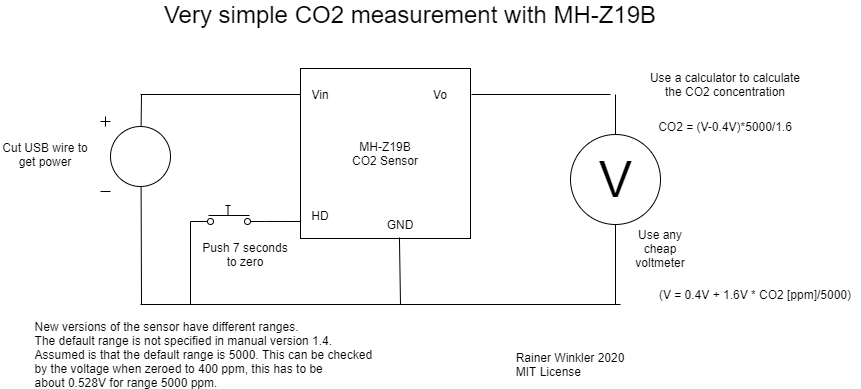
Before: VerySimpleCO2Measurement.png, a diagram exported from draw.io (RainerWinkler/CO2-Measurement-simple). Source tidied: cells renumbered, new cells last; positions are measured from the earlier drawing's top-left corner, leaving out a move shared by most shapes.
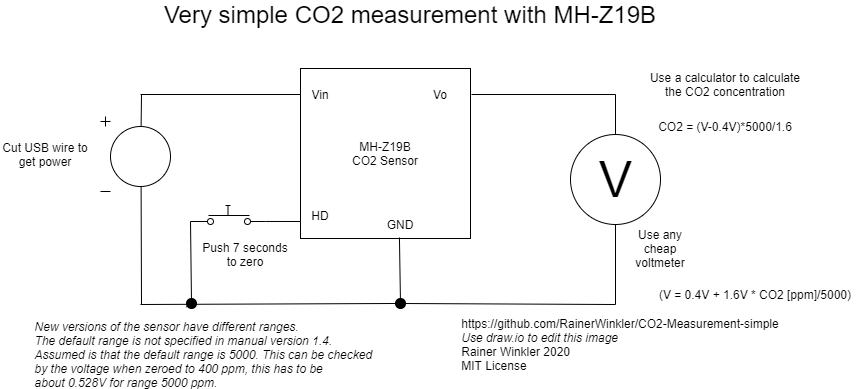
Above is the later version.

Commit message:
Add link to repository and explanation how to edit diagram

The edit, as a diff of the source:
```diff
@@ -11,68 +11,59 @@
     <mxCell id="4" value="MH-Z19B&lt;br&gt;CO2 Sensor" style="whiteSpace=wrap;html=1;" parent="1" vertex="1">
       <mxGeometry x="300" y="64" width="170" height="170" as="geometry" />
     </mxCell>
-    <mxCell id="5" style="endArrow=none;html=1;entryX=0.582;entryY=0.994;entryDx=0;entryDy=0;entryPerimeter=0;" parent="1" edge="1" target="4">
-      <mxGeometry relative="1" as="geometry">
-        <mxPoint x="400" y="300" as="sourcePoint" />
-      </mxGeometry>
-    </mxCell>
+    <mxCell id="30" style="endArrow=none;html=1;entryX=0.582;entryY=0.994;entryDx=0;entryDy=0;entryPerimeter=0;" parent="1" edge="1" target="4">
+      <mxGeometry relative="1" as="geometry">
+        <mxPoint x="400" y="300" as="sourcePoint" />
+      </mxGeometry>
+    </mxCell>
     <mxCell id="6" value="GND" style="text;html=1;strokeColor=none;fillColor=none;align=center;verticalAlign=middle;whiteSpace=wrap;rounded=0;" parent="1" vertex="1">
       <mxGeometry x="380" y="210" width="40" height="20" as="geometry" />
     </mxCell>
     <mxCell id="7" value="Vin" style="text;html=1;strokeColor=none;fillColor=none;align=center;verticalAlign=middle;whiteSpace=wrap;rounded=0;" parent="1" vertex="1">
       <mxGeometry x="300" y="80" width="40" height="20" as="geometry" />
     </mxCell>
-    <mxCell id="8" style="endArrow=none;html=1;entryX=0;entryY=0.5;entryDx=0;entryDy=0;" parent="1" edge="1" target="7">
-      <mxGeometry relative="1" as="geometry">
-        <mxPoint x="140" y="90" as="sourcePoint" />
-      </mxGeometry>
-    </mxCell>
-    <mxCell id="9" style="endArrow=none;html=1;" parent="1" edge="1">
-      <mxGeometry relative="1" as="geometry">
-        <mxPoint x="471" y="90" as="sourcePoint" />
-        <mxPoint x="610" y="90" as="targetPoint" />
-      </mxGeometry>
-    </mxCell>
+    <mxCell id="31" style="endArrow=none;html=1;entryX=0;entryY=0.5;entryDx=0;entryDy=0;" parent="1" edge="1" target="7">
+      <mxGeometry relative="1" as="geometry">
+        <mxPoint x="140" y="90" as="sourcePoint" />
+      </mxGeometry>
+    </mxCell>
+    <mxCell id="32" style="endArrow=none;html=1;entryX=0.5;entryY=0;entryDx=0;entryDy=0;rounded=0;" parent="1" edge="1" target="2">
+      <mxGeometry relative="1" as="geometry">
+        <mxPoint x="471" y="90" as="sourcePoint" />
+        <Array as="points">
+          <mxPoint x="615" y="90" />
+        </Array>
+      </mxGeometry>
+    </mxCell>
     <mxCell id="10" value="Vo" style="text;html=1;strokeColor=none;fillColor=none;align=center;verticalAlign=middle;whiteSpace=wrap;rounded=0;" parent="1" vertex="1">
       <mxGeometry x="420" y="80" width="40" height="20" as="geometry" />
     </mxCell>
-    <mxCell id="11" style="endArrow=none;html=1;exitX=0.5;exitY=0;exitDx=0;exitDy=0;" parent="1" edge="1" source="2">
-      <mxGeometry relative="1" as="geometry">
-        <mxPoint x="615" y="90" as="targetPoint" />
-      </mxGeometry>
-    </mxCell>
-    <mxCell id="12" style="endArrow=none;html=1;entryX=0.5;entryY=1;entryDx=0;entryDy=0;" parent="1" edge="1" target="2">
-      <mxGeometry relative="1" as="geometry">
-        <mxPoint x="615" y="300" as="sourcePoint" />
-      </mxGeometry>
-    </mxCell>
-    <mxCell id="13" style="endArrow=none;html=1;entryX=0.58;entryY=0.935;entryDx=0;entryDy=0;entryPerimeter=0;" parent="1" edge="1" target="3">
-      <mxGeometry relative="1" as="geometry">
-        <mxPoint x="141" y="300" as="sourcePoint" />
-      </mxGeometry>
-    </mxCell>
-    <mxCell id="14" style="endArrow=none;html=1;" parent="1" edge="1">
-      <mxGeometry relative="1" as="geometry">
-        <mxPoint x="140" y="300" as="sourcePoint" />
-        <mxPoint x="620" y="300" as="targetPoint" />
-      </mxGeometry>
-    </mxCell>
+    <mxCell id="33" style="endArrow=none;html=1;entryX=0.58;entryY=0.935;entryDx=0;entryDy=0;entryPerimeter=0;" parent="1" edge="1" target="3">
+      <mxGeometry relative="1" as="geometry">
+        <mxPoint x="141" y="300" as="sourcePoint" />
+      </mxGeometry>
+    </mxCell>
+    <mxCell id="34" style="endArrow=none;html=1;entryX=0.5;entryY=1;entryDx=0;entryDy=0;rounded=0;" parent="1" edge="1" source="38" target="2">
+      <mxGeometry relative="1" as="geometry">
+        <Array as="points">
+          <mxPoint x="615" y="300" />
+        </Array>
+      </mxGeometry>
+    </mxCell>
     <mxCell id="15" style="verticalLabelPosition=bottom;shadow=0;dashed=0;align=center;html=1;verticalAlign=top;shape=mxgraph.electrical.electro-mechanical.push_switch_no;" parent="1" vertex="1">
       <mxGeometry x="190" y="201" width="75" height="19" as="geometry" />
     </mxCell>
     <mxCell id="16" style="endArrow=none;html=1;exitX=1;exitY=0.84;exitDx=0;exitDy=0;exitPerimeter=0;entryX=0;entryY=0.9;entryDx=0;entryDy=0;entryPerimeter=0;" parent="1" edge="1" source="15" target="4">
       <mxGeometry relative="1" as="geometry" />
     </mxCell>
-    <mxCell id="17" style="endArrow=none;html=1;entryX=0;entryY=0.84;entryDx=0;entryDy=0;entryPerimeter=0;" parent="1" edge="1" target="15">
-      <mxGeometry relative="1" as="geometry">
-        <mxPoint x="190" y="300" as="sourcePoint" />
-      </mxGeometry>
-    </mxCell>
-    <mxCell id="18" style="endArrow=none;html=1;exitX=0.58;exitY=0.135;exitDx=0;exitDy=0;exitPerimeter=0;" parent="1" edge="1" source="3">
-      <mxGeometry relative="1" as="geometry">
-        <mxPoint x="141" y="90" as="targetPoint" />
-      </mxGeometry>
-    </mxCell>
+    <mxCell id="35" style="endArrow=none;html=1;entryX=0;entryY=0.84;entryDx=0;entryDy=0;entryPerimeter=0;" parent="1" edge="1" source="40" target="15">
+      <mxGeometry relative="1" as="geometry" />
+    </mxCell>
+    <mxCell id="36" style="endArrow=none;html=1;exitX=0.58;exitY=0.135;exitDx=0;exitDy=0;exitPerimeter=0;" parent="1" edge="1" source="3">
+      <mxGeometry relative="1" as="geometry">
+        <mxPoint x="141" y="90" as="targetPoint" />
+      </mxGeometry>
+    </mxCell>
     <mxCell id="19" value="HD" style="text;html=1;strokeColor=none;fillColor=none;align=center;verticalAlign=middle;whiteSpace=wrap;rounded=0;" parent="1" vertex="1">
       <mxGeometry x="300" y="201" width="40" height="20" as="geometry" />
     </mxCell>
@@ -97,14 +88,30 @@
     <mxCell id="26" value="Use a calculator to calculate&lt;br&gt;the CO2 concentration" style="text;html=1;strokeColor=none;fillColor=none;align=center;verticalAlign=middle;whiteSpace=wrap;rounded=0;" parent="1" vertex="1">
       <mxGeometry x="640" y="70" width="170" height="20" as="geometry" />
     </mxCell>
-    <mxCell id="27" value="&lt;div style=&quot;text-align: left&quot;&gt;&lt;span&gt;New versions of the sensor have different ranges.&lt;/span&gt;&lt;/div&gt;&lt;div style=&quot;text-align: left&quot;&gt;&lt;span&gt;The default range is not specified in manual version 1.4.&lt;/span&gt;&lt;/div&gt;&lt;div style=&quot;text-align: left&quot;&gt;&lt;span&gt;Assumed is that the default range is 5000. This can be checked&amp;nbsp;&lt;/span&gt;&lt;/div&gt;&lt;div style=&quot;text-align: left&quot;&gt;&lt;span&gt;by the voltage when zeroed to 400 ppm, this has to be&amp;nbsp;&lt;/span&gt;&lt;/div&gt;&lt;div style=&quot;text-align: left&quot;&gt;&lt;span&gt;about 0.528V for range 5000 ppm.&lt;/span&gt;&lt;/div&gt;" style="text;html=1;strokeColor=none;fillColor=none;align=center;verticalAlign=middle;whiteSpace=wrap;rounded=0;" parent="1" vertex="1">
+    <mxCell id="27" value="&lt;div style=&quot;text-align: left&quot;&gt;&lt;span&gt;&lt;i&gt;New versions of the sensor have different ranges.&lt;/i&gt;&lt;/span&gt;&lt;/div&gt;&lt;div style=&quot;text-align: left&quot;&gt;&lt;span&gt;&lt;i&gt;The default range is not specified in manual version 1.4.&lt;/i&gt;&lt;/span&gt;&lt;/div&gt;&lt;div style=&quot;text-align: left&quot;&gt;&lt;span&gt;&lt;i&gt;Assumed is that the default range is 5000. This can be checked&amp;nbsp;&lt;/i&gt;&lt;/span&gt;&lt;/div&gt;&lt;div style=&quot;text-align: left&quot;&gt;&lt;span&gt;&lt;i&gt;by the voltage when zeroed to 400 ppm, this has to be&amp;nbsp;&lt;/i&gt;&lt;/span&gt;&lt;/div&gt;&lt;div style=&quot;text-align: left&quot;&gt;&lt;span&gt;&lt;i&gt;about 0.528V for range 5000 ppm.&lt;/i&gt;&lt;/span&gt;&lt;/div&gt;" style="text;html=1;strokeColor=none;fillColor=none;align=center;verticalAlign=middle;whiteSpace=wrap;rounded=0;" parent="1" vertex="1">
       <mxGeometry x="30" y="340" width="350" height="20" as="geometry" />
     </mxCell>
     <mxCell id="28" value="&lt;font style=&quot;font-size: 24px&quot;&gt;Very simple CO2 measurement with MH-Z19B&lt;/font&gt;" style="text;html=1;strokeColor=none;fillColor=none;align=center;verticalAlign=middle;whiteSpace=wrap;rounded=0;" parent="1" vertex="1">
       <mxGeometry x="150" width="520" height="20" as="geometry" />
     </mxCell>
-    <mxCell id="29" value="&lt;div style=&quot;text-align: left&quot;&gt;&lt;span&gt;Rainer Winkler 2020&lt;/span&gt;&lt;/div&gt;&lt;div style=&quot;text-align: left&quot;&gt;&lt;span&gt;MIT License&lt;/span&gt;&lt;/div&gt;" style="text;html=1;strokeColor=none;fillColor=none;align=center;verticalAlign=middle;whiteSpace=wrap;rounded=0;" parent="1" vertex="1">
-      <mxGeometry x="485" y="350" width="170" height="20" as="geometry" />
-    </mxCell>
+    <mxCell id="37" value="&lt;a href=&quot;https://github.com/RainerWinkler/CO2-Measurement-simple&quot;&gt;https://github.com/RainerWinkler/CO2-Measurement-simple&lt;/a&gt;&lt;br&gt;&lt;div style=&quot;text-align: left&quot;&gt;&lt;span&gt;&lt;i&gt;Use draw.io to edit this image&lt;/i&gt;&lt;/span&gt;&lt;/div&gt;&lt;div style=&quot;text-align: left&quot;&gt;&lt;span&gt;Rainer Winkler 2020&lt;/span&gt;&lt;/div&gt;&lt;div style=&quot;text-align: left&quot;&gt;&lt;span&gt;MIT License&lt;/span&gt;&lt;/div&gt;" style="text;html=1;strokeColor=none;fillColor=none;align=center;verticalAlign=middle;whiteSpace=wrap;rounded=0;" parent="1" vertex="1">
+      <mxGeometry x="450" y="330" width="340" height="20" as="geometry" />
+    </mxCell>
+    <mxCell id="38" style="ellipse;whiteSpace=wrap;html=1;fillColor=#000000;" parent="1" vertex="1">
+      <mxGeometry x="395" y="294" width="10" height="10" as="geometry" />
+    </mxCell>
+    <mxCell id="39" style="endArrow=none;html=1;rounded=0;entryX=0;entryY=0.5;entryDx=0;entryDy=0;" parent="1" edge="1" target="38">
+      <mxGeometry relative="1" as="geometry">
+        <mxPoint x="140" y="300" as="sourcePoint" />
+      </mxGeometry>
+    </mxCell>
+    <mxCell id="40" style="ellipse;whiteSpace=wrap;html=1;fillColor=#000000;" parent="1" vertex="1">
+      <mxGeometry x="186" y="294" width="10" height="10" as="geometry" />
+    </mxCell>
+    <mxCell id="41" style="endArrow=none;html=1;entryX=0;entryY=0.84;entryDx=0;entryDy=0;entryPerimeter=0;" parent="1" edge="1" target="40">
+      <mxGeometry relative="1" as="geometry">
+        <mxPoint x="190" y="300" as="sourcePoint" />
+      </mxGeometry>
+    </mxCell>
   </root>
 </mxGraphModel>
```
